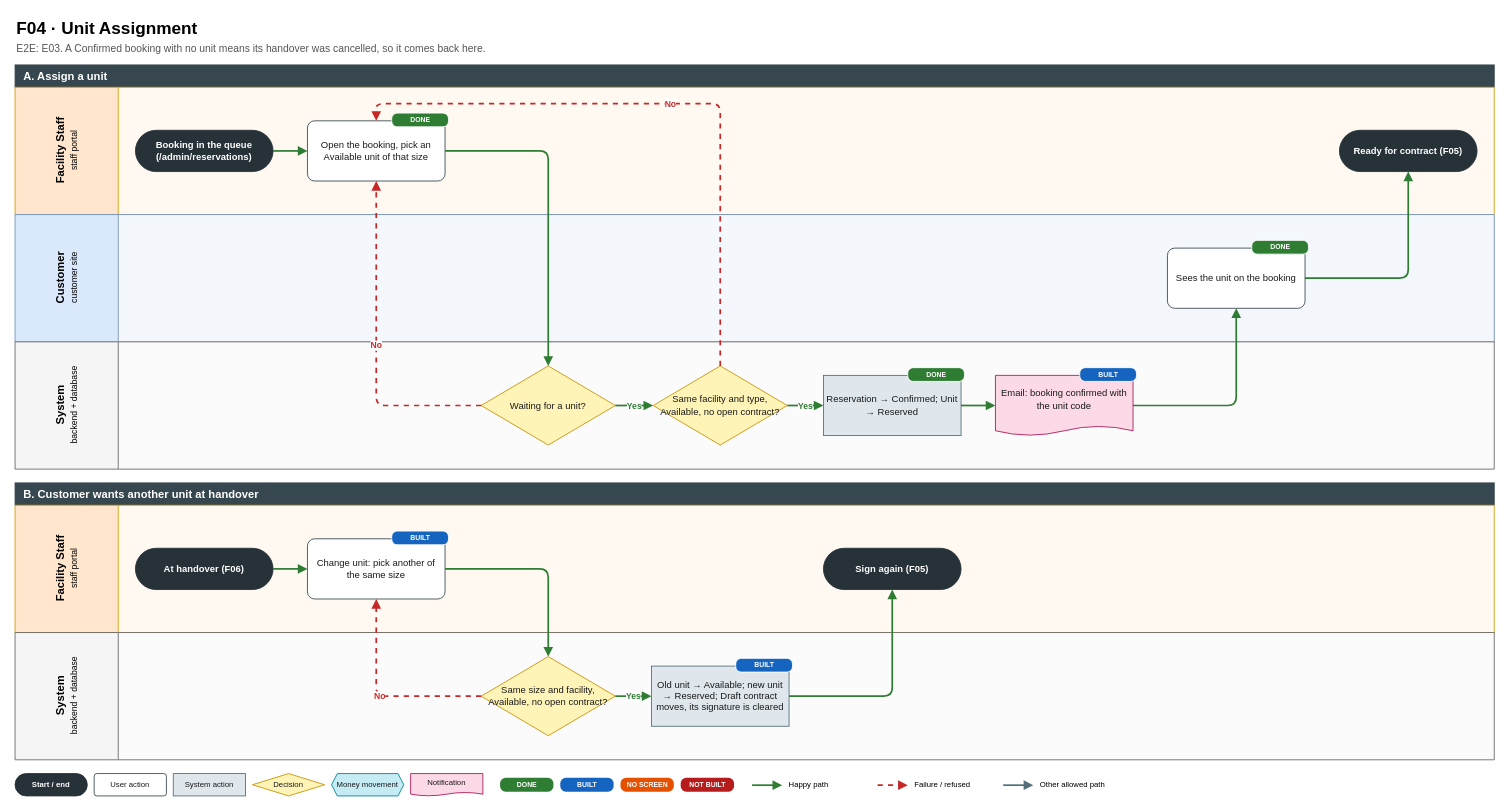
The draw.io diagram page "F04 Unit Assignment" (5 of 15) of flows.drawio in MiKhangz/Self-Storage-Facility-FRONTEND, before the edit. Source tidied: cells renumbered, new cells numbered last; positions are measured from the earlier drawing's top-left corner, leaving out a move shared by most shapes. Both pictures are drawn from the tidied source at 86%, with x=0, y=0 at pixel (15, 15).
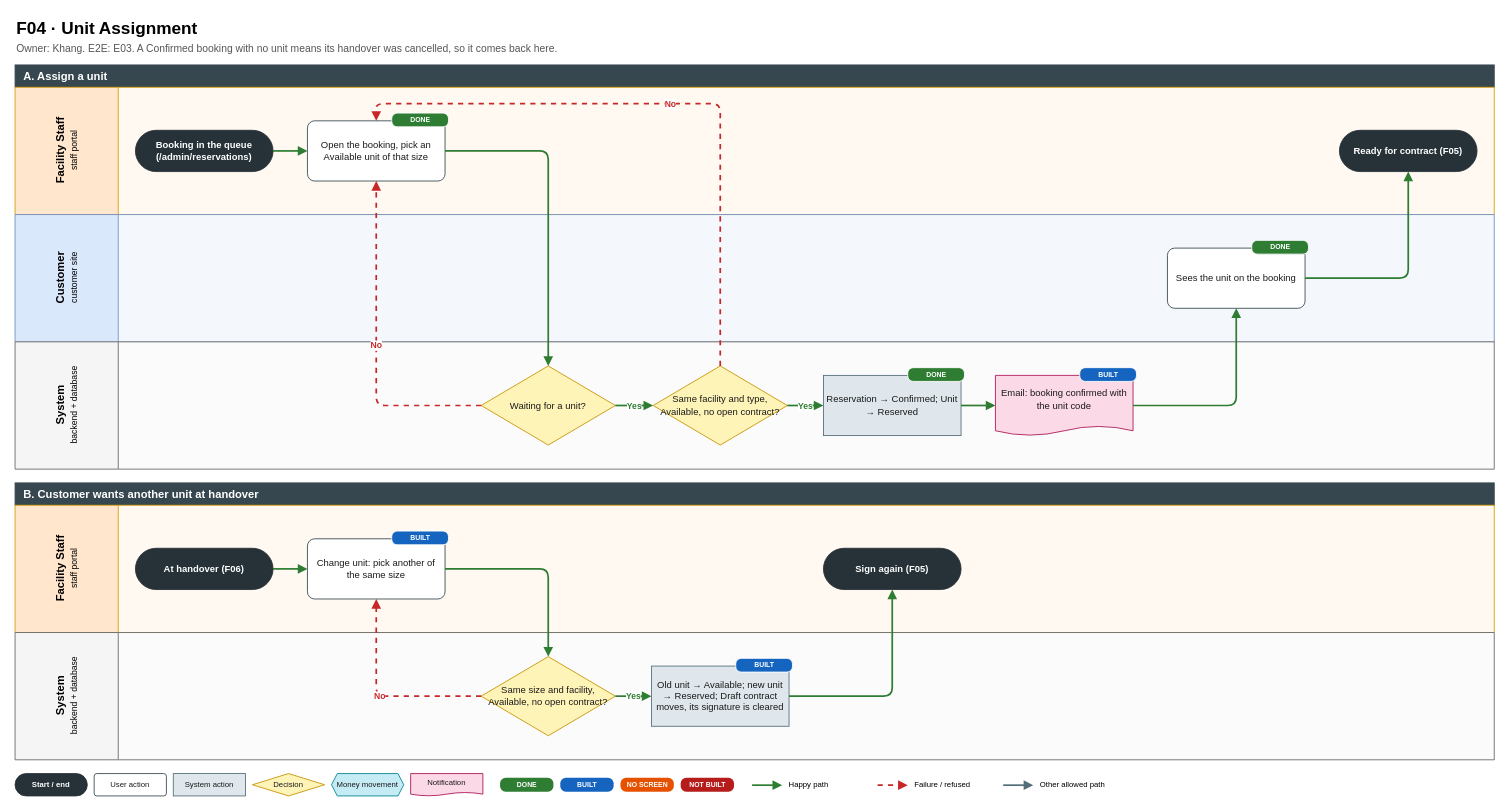
After the change.

Commit message (it also covers changes not shown here):
docs(flows): each flow names its owner

Change to the diagram source:
```diff
@@
-    <mxCell id="3" value="E2E: E03. A Confirmed booking with no unit means its handover was cancelled, so it comes back here." style="text;html=1;strokeColor=none;fillColor=none;whiteSpace=wrap;align=left;verticalAlign=middle;fontSize=12;fontColor=#555555;" parent="1" vertex="1">
+    <mxCell id="3" value="Owner: Khang. E2E: E03. A Confirmed booking with no unit means its handover was cancelled, so it comes back here." style="text;html=1;strokeColor=none;fillColor=none;whiteSpace=wrap;align=left;verticalAlign=middle;fontSize=12;fontColor=#555555;" parent="1" vertex="1">
       <mxGeometry y="28" width="1600" height="22" as="geometry" />
     </mxCell>
```
